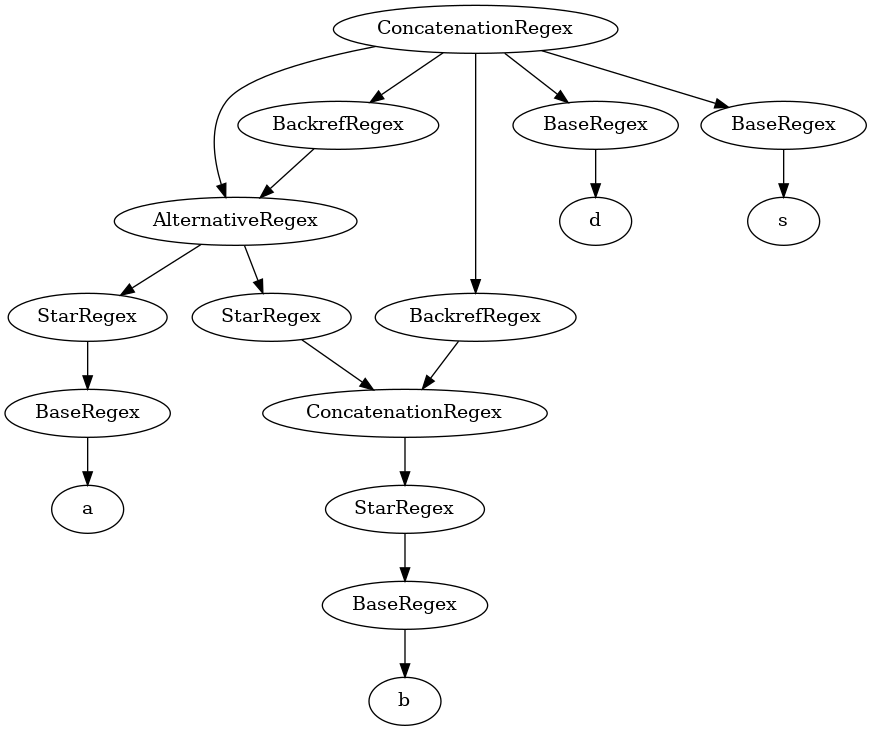
julia-bel/regex_fuzzing keeps this Graphviz diagram as visualization/regex.gv.png. Above is the earlier version. Its source is kept beside it as visualization/regex.gv. The source it was exported from:
```dot
digraph {
	0 [label=ConcatenationRegex]
	1 [label=AlternativeRegex]
	0 -> 1
	2 [label=StarRegex]
	1 -> 2
	3 [label=BaseRegex]
	2 -> 3
	4 [label=a]
	3 -> 4
	5 [label=StarRegex]
	1 -> 5
	6 [label=ConcatenationRegex]
	5 -> 6
	7 [label=StarRegex]
	6 -> 7
	8 [label=BaseRegex]
	7 -> 8
	9 [label=b]
	8 -> 9
	10 [label=BackrefRegex]
	0 -> 10
	10 -> 6
	11 [label=BaseRegex]
	0 -> 11
	12 [label=d]
	11 -> 12
	13 [label=BaseRegex]
	0 -> 13
	14 [label=s]
	13 -> 14
	15 [label=BackrefRegex]
	0 -> 15
	15 -> 1
}
```
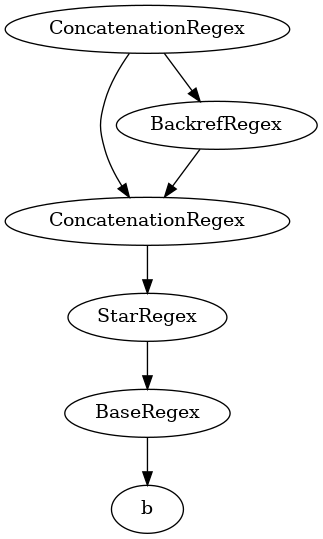
The same diagram one commit later.

Change to the diagram source:
```diff
@@ -1,35 +1,14 @@
 digraph {
 	0 [label=ConcatenationRegex]
-	1 [label=AlternativeRegex]
+	1 [label=ConcatenationRegex]
 	0 -> 1
 	2 [label=StarRegex]
 	1 -> 2
 	3 [label=BaseRegex]
 	2 -> 3
-	4 [label=a]
+	4 [label=b]
 	3 -> 4
-	5 [label=StarRegex]
-	1 -> 5
-	6 [label=ConcatenationRegex]
-	5 -> 6
-	7 [label=StarRegex]
-	6 -> 7
-	8 [label=BaseRegex]
-	7 -> 8
-	9 [label=b]
-	8 -> 9
-	10 [label=BackrefRegex]
-	0 -> 10
-	10 -> 6
-	11 [label=BaseRegex]
-	0 -> 11
-	12 [label=d]
-	11 -> 12
-	13 [label=BaseRegex]
-	0 -> 13
-	14 [label=s]
-	13 -> 14
-	15 [label=BackrefRegex]
-	0 -> 15
-	15 -> 1
+	5 [label=BackrefRegex]
+	0 -> 5
+	5 -> 1
 }
```
